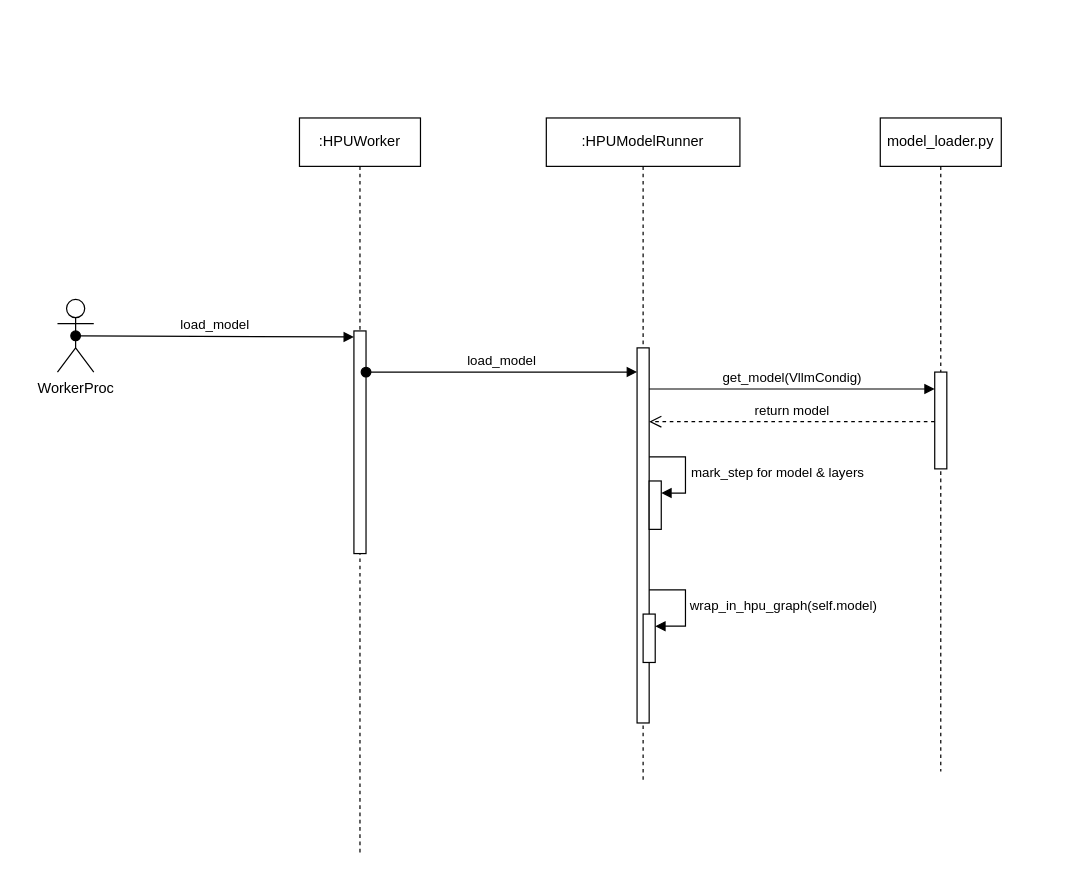
This is page "hpu.load_model" (6 of 10) of vllm/engine/vllm.drawio from chaojun-zhang/vllm, a draw.io file, before an edit. Source tidied: cells renumbered, new cells numbered last; positions are measured from the earlier drawing's top-left corner, leaving out a move shared by most shapes. Both pictures are drawn from the tidied source at 121%, with x=0, y=0 at pixel (57, 117).
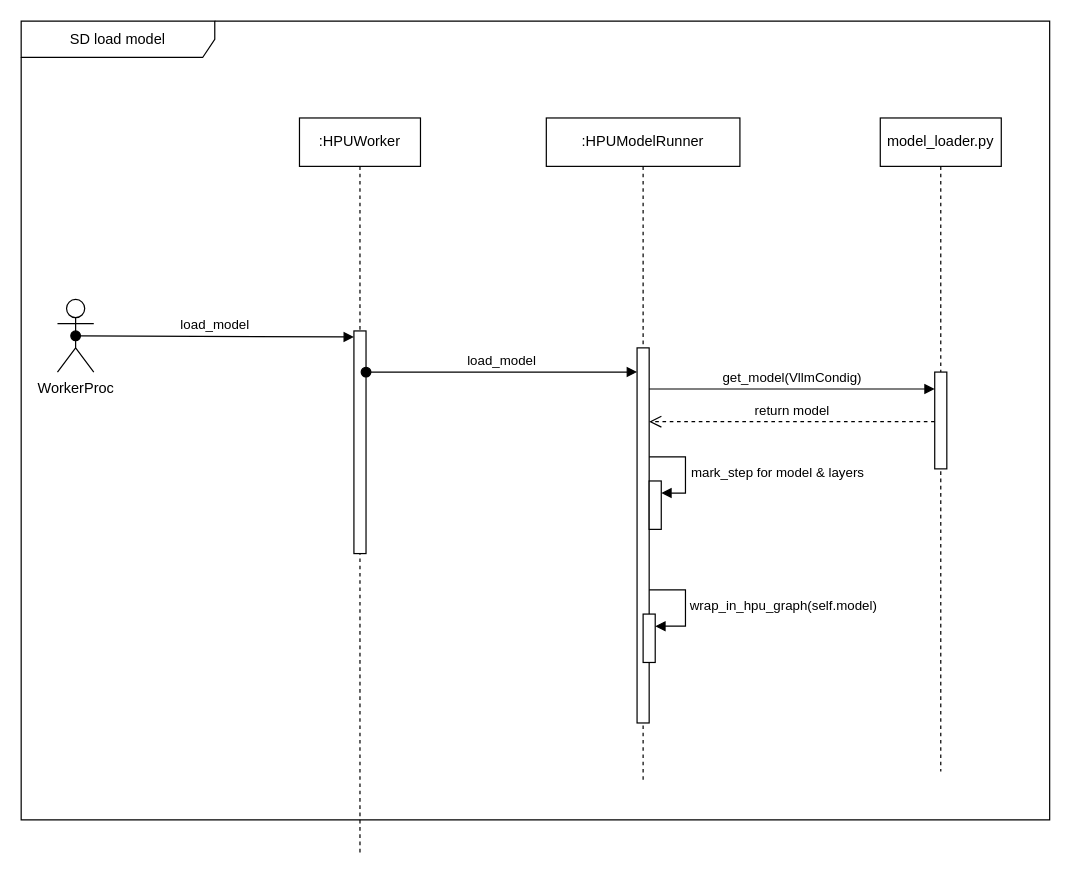
After the change.

Diff of the diagram source:
```diff
@@
+    <mxCell id="17" value="SD load model" style="shape=umlFrame;whiteSpace=wrap;html=1;width=160;" parent="1" vertex="1">
+      <mxGeometry x="-30" y="-80" width="850" height="660" as="geometry" />
+    </mxCell>
```
